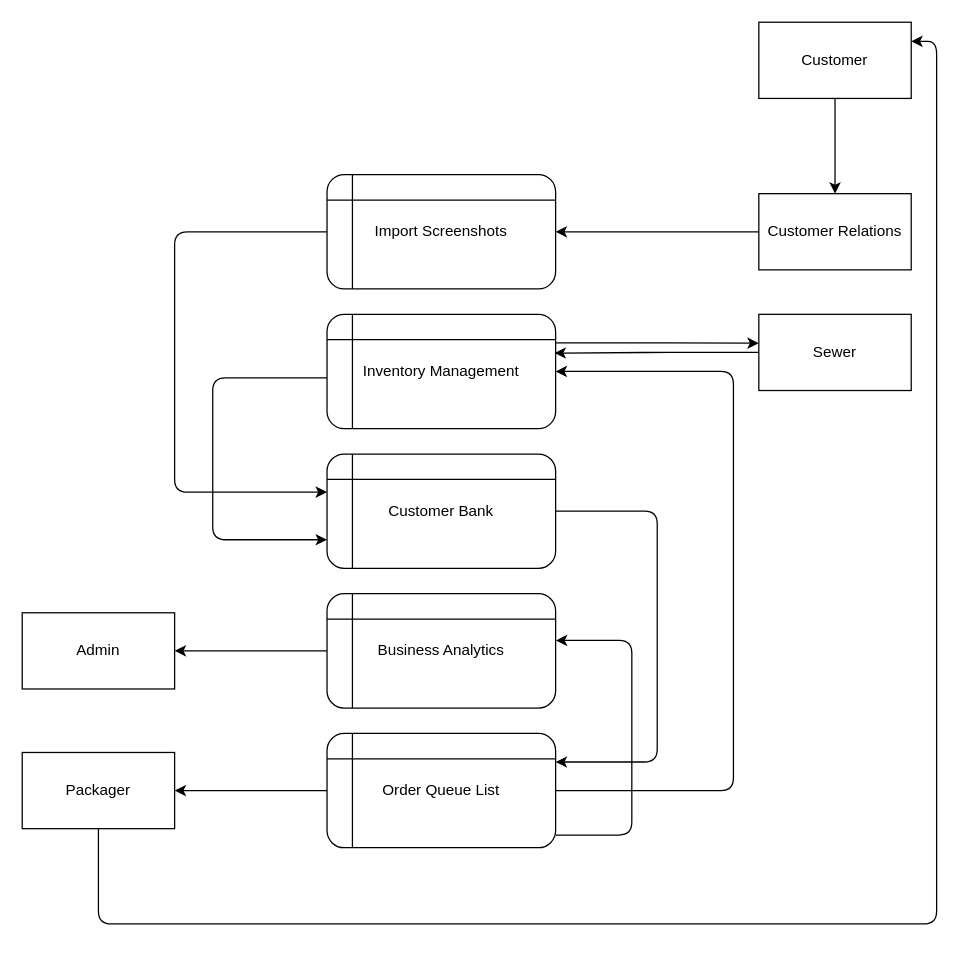
BryanFabellore/Team_SPOTLIGHT keeps this draw.io diagram as page "Level 1 DFD" (2 of 5) of DFD DIAGRAMS.drawio. Above is the earlier version. Source tidied: cells renumbered, new cells numbered last; positions are measured from the earlier drawing's top-left corner, leaving out a move shared by most shapes. Both pictures are drawn from the tidied source at 127%, with x=0, y=0 at pixel (22, 22).
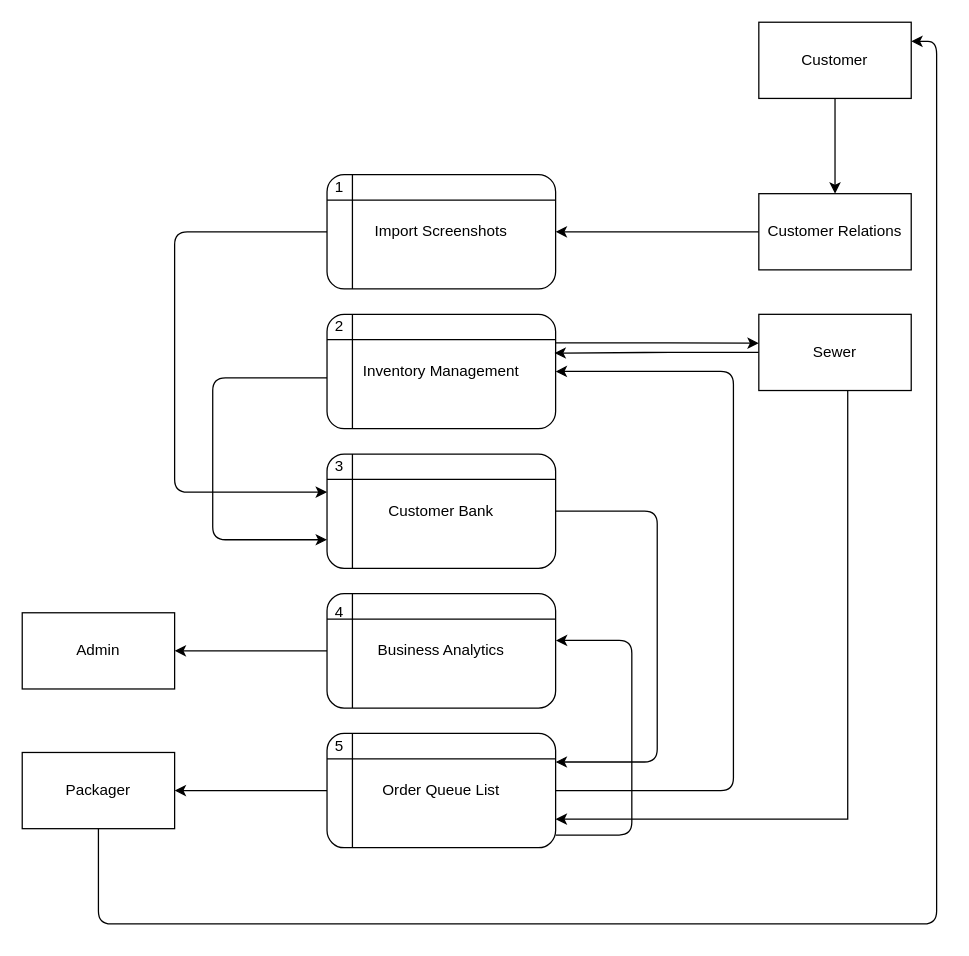
The same page after the edit.

Unchanged cells that the change refers to:
```xml
<mxCell id="15" value="Sewer" style="rounded=0;whiteSpace=wrap;html=1;strokeColor=default;fontFamily=Helvetica;fontSize=12;fontColor=default;fillColor=#FFFFFF;" parent="1" vertex="1">
  <mxGeometry x="580" y="230" width="120" height="60" as="geometry" />
</mxCell>
<mxCell id="23" value="Order Queue List" style="shape=internalStorage;whiteSpace=wrap;html=1;backgroundOutline=1;rounded=1;strokeColor=default;fontFamily=Helvetica;fontSize=12;fontColor=default;fillColor=#FFFFFF;" parent="1" vertex="1">
  <mxGeometry x="240" y="560" width="180" height="90" as="geometry" />
</mxCell>
```

What changed in the source:
```diff
@@
+    <mxCell id="24" style="edgeStyle=orthogonalEdgeStyle;rounded=0;jettySize=auto;html=1;entryX=1;entryY=0.75;entryDx=0;entryDy=0;" parent="1" edge="1" source="15" target="23">
+      <mxGeometry relative="1" as="geometry">
+        <Array as="points">
+          <mxPoint x="650" y="627" />
+        </Array>
+      </mxGeometry>
+    </mxCell>
@@
+    <mxCell id="25" value="1" style="text;html=1;strokeColor=none;fillColor=none;align=center;verticalAlign=middle;whiteSpace=wrap;rounded=0;" parent="1" vertex="1">
+      <mxGeometry x="220" y="115" width="60" height="30" as="geometry" />
+    </mxCell>
+    <mxCell id="26" value="5" style="text;html=1;strokeColor=none;fillColor=none;align=center;verticalAlign=middle;whiteSpace=wrap;rounded=0;" parent="1" vertex="1">
+      <mxGeometry x="220" y="555" width="60" height="30" as="geometry" />
+    </mxCell>
+    <mxCell id="27" value="4" style="text;html=1;strokeColor=none;fillColor=none;align=center;verticalAlign=middle;whiteSpace=wrap;rounded=0;" parent="1" vertex="1">
+      <mxGeometry x="220" y="450" width="60" height="30" as="geometry" />
+    </mxCell>
+    <mxCell id="28" value="3" style="text;html=1;strokeColor=none;fillColor=none;align=center;verticalAlign=middle;whiteSpace=wrap;rounded=0;" parent="1" vertex="1">
+      <mxGeometry x="220" y="335" width="60" height="30" as="geometry" />
+    </mxCell>
+    <mxCell id="29" value="2" style="text;html=1;strokeColor=none;fillColor=none;align=center;verticalAlign=middle;whiteSpace=wrap;rounded=0;" parent="1" vertex="1">
+      <mxGeometry x="220" y="225" width="60" height="30" as="geometry" />
+    </mxCell>
```
